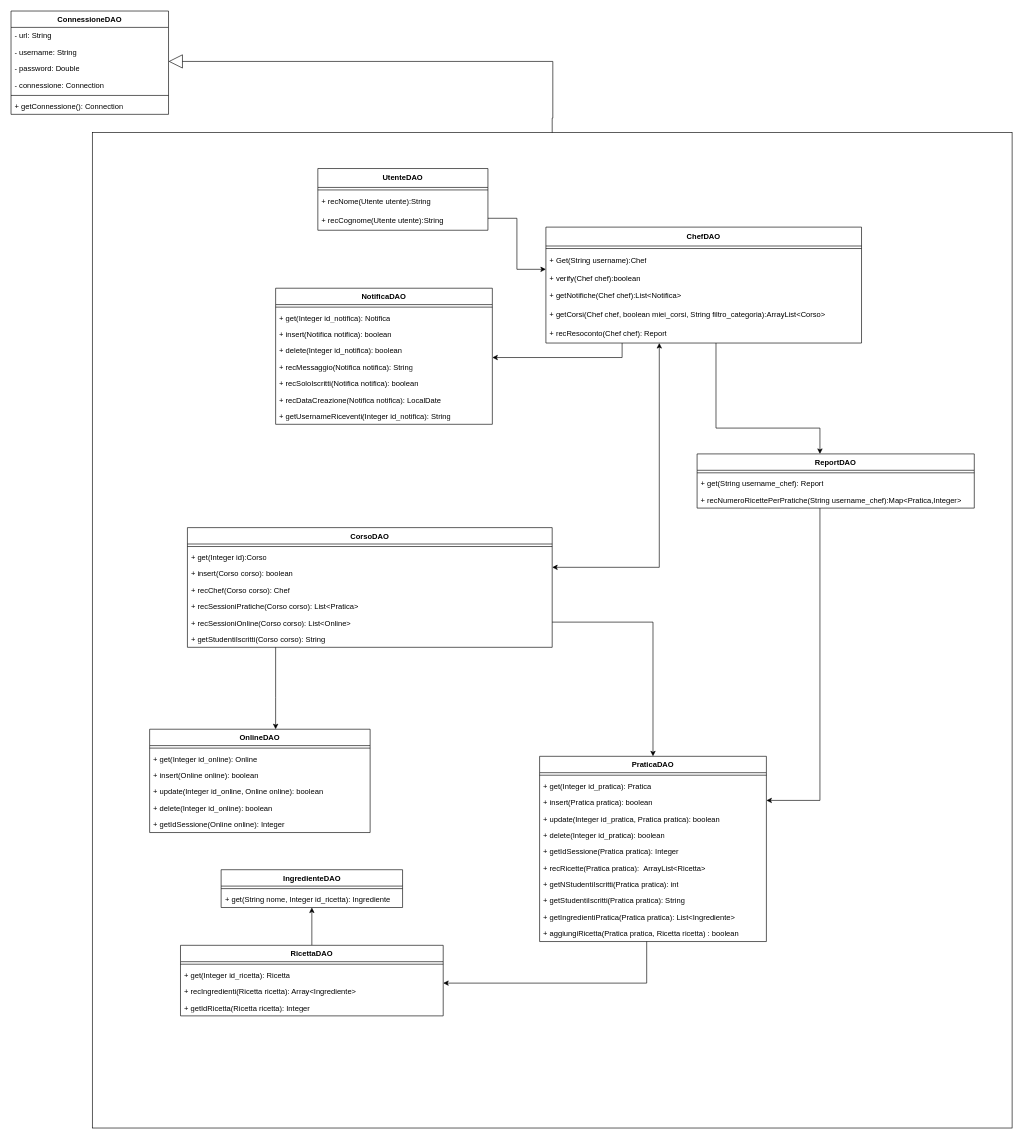
This is page "dao" (2 of 4) of obj/uml/UML1.drawio from MetisWastaken/UninaFoodLab, a draw.io file, before an edit. Source tidied: cells renumbered, new cells numbered last; positions are measured from the earlier drawing's top-left corner, leaving out a move shared by most shapes. Both pictures are drawn from the tidied source at 63%, with x=0, y=0 at pixel (11, 11).
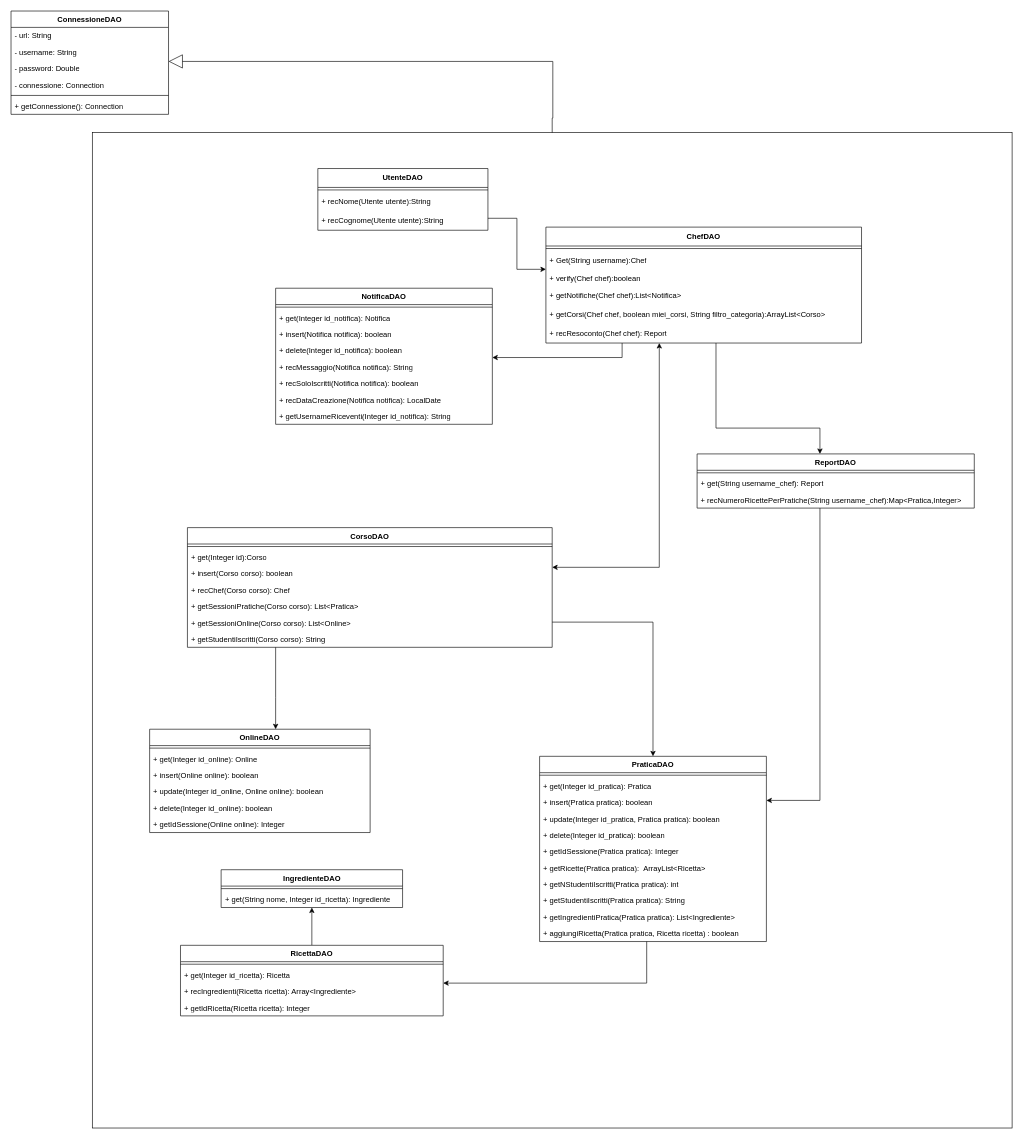
The same page after the edit.

The change refers to these unchanged cells:
```xml
<mxCell id="28" value="PraticaDAO" style="swimlane;align=center;verticalAlign=top;horizontal=1;startSize=26;whiteSpace=wrap;html=1;" parent="1" vertex="1">
  <mxGeometry x="839" y="1183" width="360" height="294" as="geometry" />
</mxCell>
<mxCell id="43" value="CorsoDAO" style="swimlane;align=center;verticalAlign=top;horizontal=1;startSize=26;whiteSpace=wrap;html=1;" parent="1" vertex="1">
  <mxGeometry x="280" y="820" width="579" height="190" as="geometry" />
</mxCell>
```

Diff of the diagram source:
```diff
@@
-    <mxCell id="35" value="+ recRicette(Pratica pratica):&amp;nbsp;&amp;nbsp;ArrayList&amp;lt;Ricetta&amp;gt;" style="text;strokeColor=none;fillColor=none;align=left;verticalAlign=top;spacingLeft=4;spacingRight=4;overflow=hidden;whiteSpace=wrap;html=1;" parent="28" vertex="1">
+    <mxCell id="35" value="+ getRicette(Pratica pratica):&amp;nbsp;&amp;nbsp;ArrayList&amp;lt;Ricetta&amp;gt;" style="text;strokeColor=none;fillColor=none;align=left;verticalAlign=top;spacingLeft=4;spacingRight=4;overflow=hidden;whiteSpace=wrap;html=1;" parent="28" vertex="1">
       <mxGeometry y="164" width="360" height="26" as="geometry" />
     </mxCell>
@@
-    <mxCell id="48" value="+ recSessioniPratiche(Corso corso): List&amp;lt;Pratica&amp;gt;" style="text;strokeColor=none;fillColor=none;align=left;verticalAlign=top;spacingLeft=4;spacingRight=4;overflow=hidden;whiteSpace=wrap;html=1;" parent="43" vertex="1">
+    <mxCell id="48" value="+ getSessioniPratiche(Corso corso): List&amp;lt;Pratica&amp;gt;" style="text;strokeColor=none;fillColor=none;align=left;verticalAlign=top;spacingLeft=4;spacingRight=4;overflow=hidden;whiteSpace=wrap;html=1;" parent="43" vertex="1">
       <mxGeometry y="112" width="579" height="26" as="geometry" />
     </mxCell>
-    <mxCell id="49" value="+ recSessioniOnline(Corso corso): List&amp;lt;Online&amp;gt;" style="text;strokeColor=none;fillColor=none;align=left;verticalAlign=top;spacingLeft=4;spacingRight=4;overflow=hidden;whiteSpace=wrap;html=1;" parent="43" vertex="1">
+    <mxCell id="49" value="+ getSessioniOnline(Corso corso): List&amp;lt;Online&amp;gt;" style="text;strokeColor=none;fillColor=none;align=left;verticalAlign=top;spacingLeft=4;spacingRight=4;overflow=hidden;whiteSpace=wrap;html=1;" parent="43" vertex="1">
       <mxGeometry y="138" width="579" height="26" as="geometry" />
     </mxCell>
```
